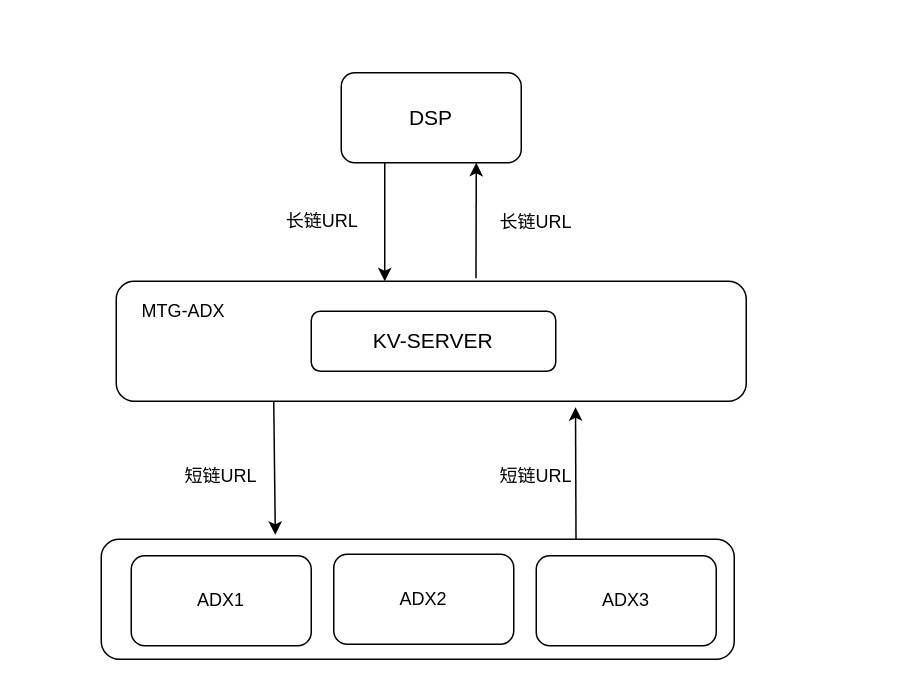
The draw.io diagram Untitled Diagram.drawio in baifendian/bfd-ui, before the edit. Source tidied: cells renumbered, new cells numbered last; positions are measured from the earlier drawing's top-left corner, leaving out a move shared by most shapes. Both pictures are drawn from the tidied source at 150%, with x=0, y=0 at pixel (100, 72).
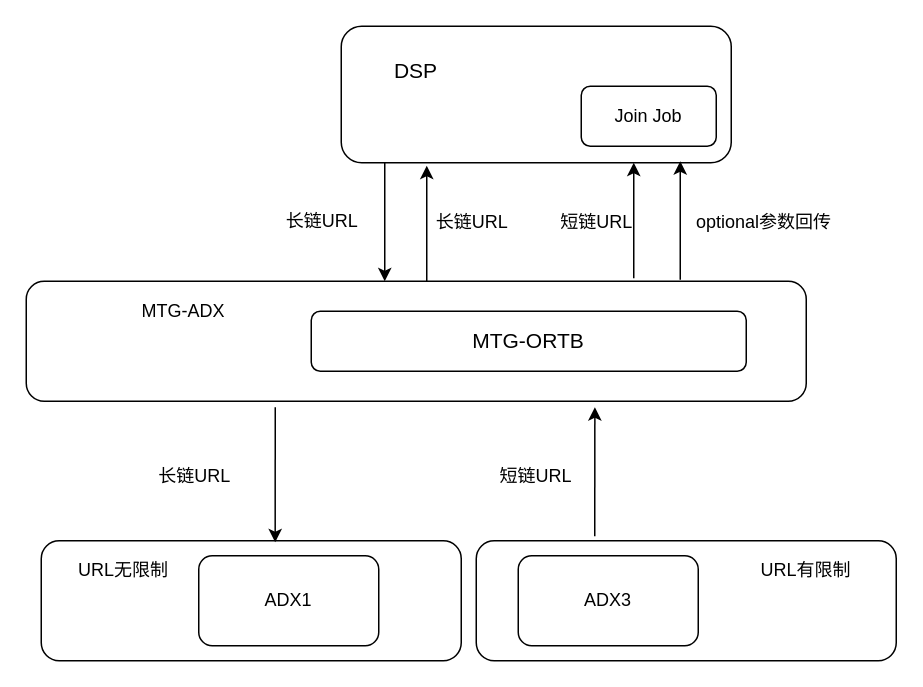
After the change.

Diff of the diagram source:
```diff
@@
+    <mxCell id="18" style="rounded=1;whiteSpace=wrap;html=1;shadow=0;" parent="1" vertex="1">
+      <mxGeometry x="250" y="312" width="280" height="80" as="geometry" />
+    </mxCell>
     <mxCell id="2" style="rounded=1;whiteSpace=wrap;html=1;shadow=0;" parent="1" vertex="1">
-      <mxGeometry y="311" width="422" height="80" as="geometry" />
+      <mxGeometry x="-40" y="312" width="280" height="80" as="geometry" />
     </mxCell>
-    <mxCell id="3" value="&lt;font style=&quot;font-size: 14px&quot;&gt;DSP&lt;/font&gt;&lt;br&gt;" style="rounded=1;whiteSpace=wrap;html=1;" parent="1" vertex="1">
-      <mxGeometry x="160" width="120" height="60" as="geometry" />
+    <mxCell id="3" style="rounded=1;whiteSpace=wrap;html=1;" parent="1" vertex="1">
+      <mxGeometry x="160" y="-31" width="260" height="91" as="geometry" />
     </mxCell>
@@
     <mxCell id="5" style="rounded=1;whiteSpace=wrap;html=1;" parent="1" vertex="1">
-      <mxGeometry x="10" y="139" width="420" height="80" as="geometry" />
+      <mxGeometry x="-50" y="139" width="520" height="80" as="geometry" />
     </mxCell>
@@
-    <mxCell id="7" value="&lt;font style=&quot;font-size: 14px&quot;&gt;KV-SERVER&lt;/font&gt;" style="rounded=1;whiteSpace=wrap;html=1;" parent="1" vertex="1">
-      <mxGeometry x="140" y="159" width="163" height="40" as="geometry" />
+    <mxCell id="7" value="&lt;font style=&quot;font-size: 14px&quot;&gt;MTG-ORTB&lt;/font&gt;" style="rounded=1;whiteSpace=wrap;html=1;" parent="1" vertex="1">
+      <mxGeometry x="140" y="159" width="290" height="40" as="geometry" />
     </mxCell>
     <mxCell id="8" value="ADX1" style="rounded=1;whiteSpace=wrap;html=1;" parent="1" vertex="1">
-      <mxGeometry x="20" y="322" width="120" height="60" as="geometry" />
+      <mxGeometry x="65" y="322" width="120" height="60" as="geometry" />
     </mxCell>
-    <mxCell id="9" value="ADX2" style="rounded=1;whiteSpace=wrap;html=1;" parent="1" vertex="1">
-      <mxGeometry x="155" y="321" width="120" height="60" as="geometry" />
-    </mxCell>
     <mxCell id="10" value="ADX3" style="rounded=1;whiteSpace=wrap;html=1;" parent="1" vertex="1">
-      <mxGeometry x="290" y="322" width="120" height="60" as="geometry" />
+      <mxGeometry x="278" y="322" width="120" height="60" as="geometry" />
     </mxCell>
-    <mxCell id="11" style="endArrow=classic;html=1;entryX=0.729;entryY=1.05;entryDx=0;entryDy=0;entryPerimeter=0;exitX=0.75;exitY=0;exitDx=0;exitDy=0;" parent="1" edge="1" source="2" target="5">
-      <mxGeometry relative="1" as="geometry" />
+    <mxCell id="11" style="endArrow=classic;html=1;entryX=0.729;entryY=1.05;entryDx=0;entryDy=0;entryPerimeter=0;" parent="1" edge="1" target="5">
+      <mxGeometry relative="1" as="geometry">
+        <mxPoint x="329" y="309" as="sourcePoint" />
+      </mxGeometry>
     </mxCell>
-    <mxCell id="12" style="endArrow=classic;html=1;exitX=0.25;exitY=1;exitDx=0;exitDy=0;entryX=0.275;entryY=-0.037;entryDx=0;entryDy=0;entryPerimeter=0;" parent="1" edge="1" source="5" target="2">
-      <mxGeometry relative="1" as="geometry" />
+    <mxCell id="12" style="endArrow=classic;html=1;entryX=0.557;entryY=0.013;entryDx=0;entryDy=0;entryPerimeter=0;" parent="1" edge="1" target="2">
+      <mxGeometry relative="1" as="geometry">
+        <mxPoint x="116" y="223" as="sourcePoint" />
+      </mxGeometry>
     </mxCell>
-    <mxCell id="13" style="endArrow=classic;html=1;exitX=0.571;exitY=-0.025;exitDx=0;exitDy=0;entryX=0.75;entryY=1;entryDx=0;entryDy=0;exitPerimeter=0;" parent="1" edge="1" source="5" target="3">
-      <mxGeometry relative="1" as="geometry" />
+    <mxCell id="13" style="endArrow=classic;html=1;entryX=0.75;entryY=1;entryDx=0;entryDy=0;" parent="1" edge="1" target="3">
+      <mxGeometry relative="1" as="geometry">
+        <mxPoint x="355" y="137" as="sourcePoint" />
+      </mxGeometry>
     </mxCell>
-    <mxCell id="14" value="短链URL" style="text;html=1;strokeColor=none;fillColor=none;align=center;verticalAlign=middle;whiteSpace=wrap;rounded=0;shadow=0;" parent="1" vertex="1">
-      <mxGeometry x="55" y="259" width="50" height="20" as="geometry" />
+    <mxCell id="14" value="长链URL" style="text;html=1;strokeColor=none;fillColor=none;align=center;verticalAlign=middle;whiteSpace=wrap;rounded=0;shadow=0;" parent="1" vertex="1">
+      <mxGeometry x="20" y="259" width="85" height="20" as="geometry" />
     </mxCell>
@@
-    <mxCell id="17" value="长链URL" style="text;html=1;strokeColor=none;fillColor=none;align=center;verticalAlign=middle;whiteSpace=wrap;rounded=0;shadow=0;" parent="1" vertex="1">
-      <mxGeometry x="260" y="90" width="60" height="20" as="geometry" />
+    <mxCell id="17" value="短链URL" style="text;html=1;strokeColor=none;fillColor=none;align=center;verticalAlign=middle;whiteSpace=wrap;rounded=0;shadow=0;" parent="1" vertex="1">
+      <mxGeometry x="303" y="89.5" width="55" height="20" as="geometry" />
     </mxCell>
+    <mxCell id="19" style="endArrow=classic;html=1;" parent="1" edge="1">
+      <mxGeometry relative="1" as="geometry">
+        <mxPoint x="386" y="138" as="sourcePoint" />
+        <mxPoint x="386" y="59" as="targetPoint" />
+        <Array as="points">
+          <mxPoint x="386" y="89" />
+        </Array>
+      </mxGeometry>
+    </mxCell>
+    <mxCell id="20" value="optional参数回传" style="text;html=1;strokeColor=none;fillColor=none;align=center;verticalAlign=middle;whiteSpace=wrap;rounded=0;shadow=0;" parent="1" vertex="1">
+      <mxGeometry x="393" y="90" width="98" height="20" as="geometry" />
+    </mxCell>
+    <mxCell id="21" style="endArrow=classic;html=1;" parent="1" edge="1">
+      <mxGeometry relative="1" as="geometry">
+        <mxPoint x="217" y="139" as="sourcePoint" />
+        <mxPoint x="217" y="62" as="targetPoint" />
+      </mxGeometry>
+    </mxCell>
+    <mxCell id="22" value="长链URL" style="text;html=1;strokeColor=none;fillColor=none;align=center;verticalAlign=middle;whiteSpace=wrap;rounded=0;shadow=0;" parent="1" vertex="1">
+      <mxGeometry x="220" y="89.5" width="55" height="20" as="geometry" />
+    </mxCell>
+    <mxCell id="23" value="URL无限制" style="text;html=1;strokeColor=none;fillColor=none;align=center;verticalAlign=middle;whiteSpace=wrap;rounded=0;shadow=0;" parent="1" vertex="1">
+      <mxGeometry x="-20" y="322" width="70" height="20" as="geometry" />
+    </mxCell>
+    <mxCell id="24" value="URL有限制" style="text;html=1;strokeColor=none;fillColor=none;align=center;verticalAlign=middle;whiteSpace=wrap;rounded=0;shadow=0;" parent="1" vertex="1">
+      <mxGeometry x="435" y="322" width="70" height="20" as="geometry" />
+    </mxCell>
+    <mxCell id="25" value="&lt;font style=&quot;font-size: 14px&quot;&gt;DSP&lt;/font&gt;" style="text;html=1;strokeColor=none;fillColor=none;align=center;verticalAlign=middle;whiteSpace=wrap;rounded=0;shadow=0;" parent="1" vertex="1">
+      <mxGeometry x="190" y="-11" width="40" height="20" as="geometry" />
+    </mxCell>
+    <mxCell id="26" value="Join Job" style="rounded=1;whiteSpace=wrap;html=1;shadow=0;" parent="1" vertex="1">
+      <mxGeometry x="320" y="9" width="90" height="40" as="geometry" />
+    </mxCell>
```
